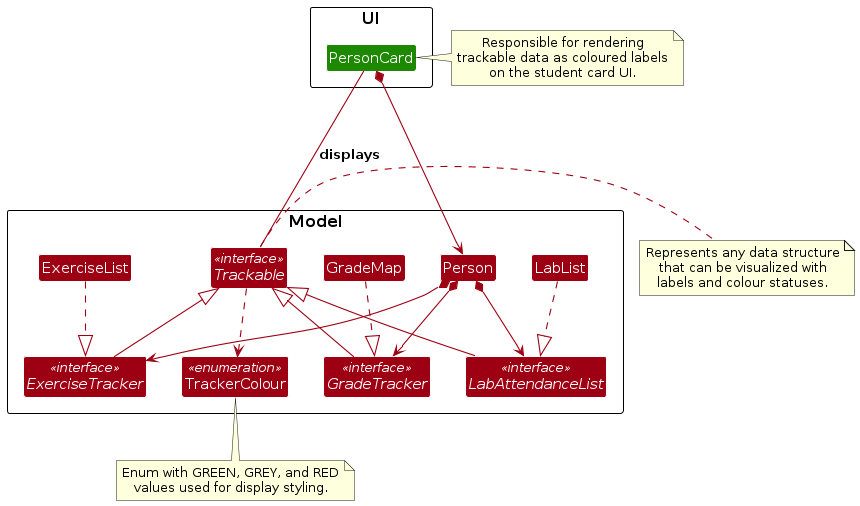
Earlier version of the PlantUML export diagrams/Trackable/TrackableClassDiagram.png (AY2526S1-CS2103T-T09-3/tp). Its source is kept beside it as diagrams/Trackable/TrackableClassDiagram.puml.
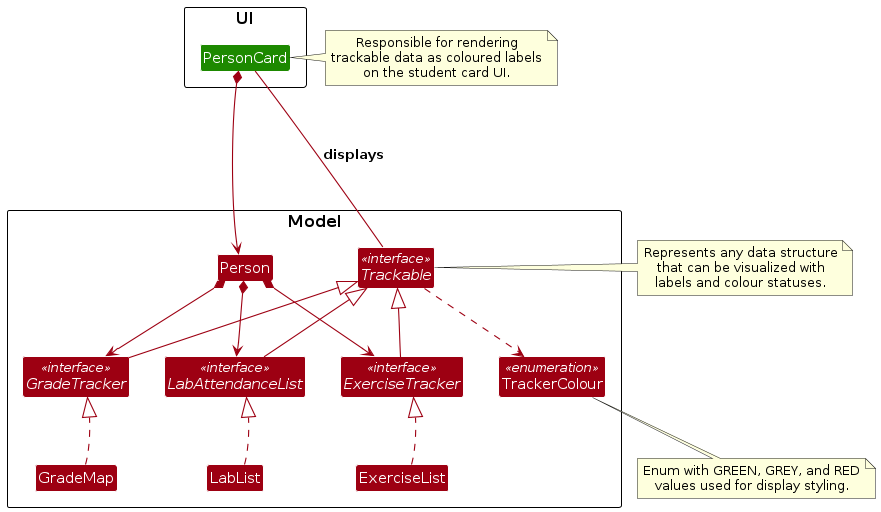
After the change.

Change to the diagram source:
```diff
@@ -9,12 +9,14 @@
 }
 
 package Model as ModelPackage {
+
     interface Trackable <<interface>>
     interface GradeTracker <<interface>>
     interface ExerciseTracker <<interface>>
     interface LabAttendanceList <<interface>>
 
     enum TrackerColour <<enumeration>>
+
     class Person
     class ExerciseList
     class LabList
@@ -38,8 +40,6 @@
 
 Trackable ..> TrackerColour
 
-
-
 note right of Trackable
 Represents any data structure
 that can be visualized with
@@ -56,4 +56,10 @@
 Enum with GREEN, GREY, and RED
 values used for display styling.
 end note
+
+PersonCard -[hidden]down-> Person
+GradeTracker -[hidden]down-> GradeMap
+ExerciseTracker -[hidden]down-> ExerciseList
+LabAttendanceList -[hidden]down-> LabList
+
 @enduml
```
